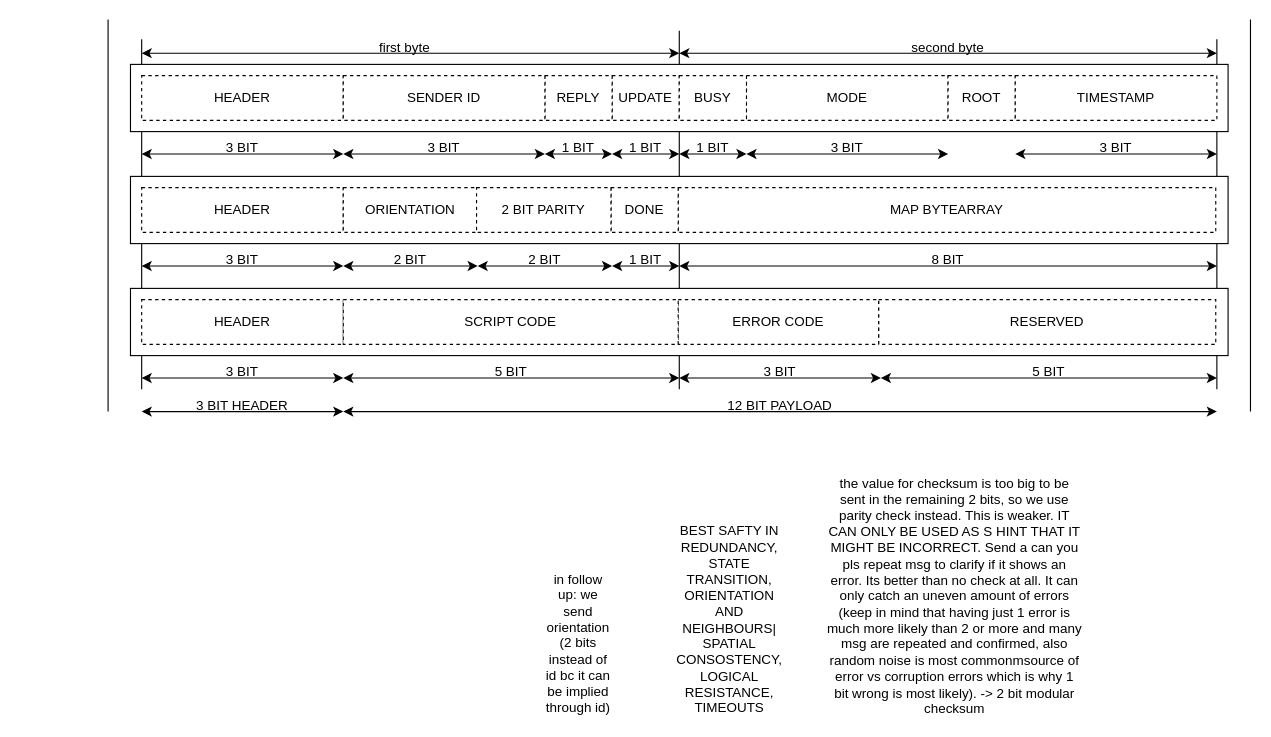
Before: diagramsDrawio/msgArchitecture.drawio in SophiagDotart/puzzlingRobots, a draw.io diagram. Source tidied: cells renumbered, new cells numbered last; positions are measured from the earlier drawing's top-left corner, leaving out a move shared by most shapes. Both pictures are drawn from the tidied source at 112%, with x=0, y=0 at pixel (108, 19).
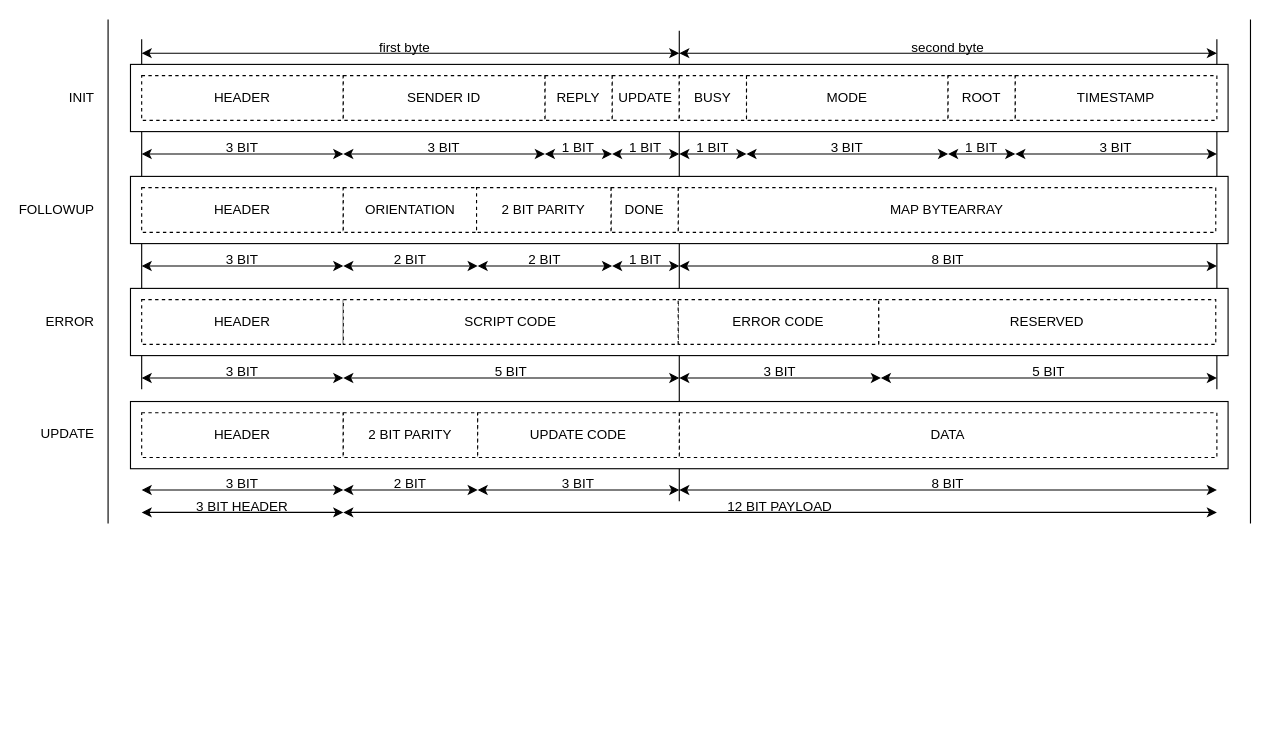
The same page after the edit.

The edit, as a diff of the source:
```diff
@@
     <mxCell id="4" style="endArrow=none;html=1;rounded=0;" parent="1" edge="1">
       <mxGeometry relative="1" as="geometry">
-        <mxPoint x="510" y="330" as="sourcePoint" />
+        <mxPoint x="510" y="430" as="sourcePoint" />
         <mxPoint x="510" y="10" as="targetPoint" />
         <Array as="points">
           <mxPoint x="510" y="110" />
         </Array>
       </mxGeometry>
     </mxCell>
     <mxCell id="5" style="endArrow=none;html=1;rounded=0;" parent="1" edge="1">
       <mxGeometry relative="1" as="geometry">
-        <mxPoint y="350" as="sourcePoint" />
+        <mxPoint y="450" as="sourcePoint" />
         <mxPoint as="targetPoint" />
       </mxGeometry>
     </mxCell>
     <mxCell id="6" style="endArrow=none;html=1;rounded=0;" parent="1" edge="1">
       <mxGeometry relative="1" as="geometry">
-        <mxPoint x="1020" y="350" as="sourcePoint" />
+        <mxPoint x="1020" y="450" as="sourcePoint" />
         <mxPoint x="1020" as="targetPoint" />
       </mxGeometry>
     </mxCell>
@@
-    <mxCell id="33" style="group;" parent="1" vertex="1">
-      <mxGeometry x="210" y="330" width="780" height="35" as="geometry" />
-    </mxCell>
-    <mxCell id="34" style="endArrow=classic;startArrow=classic;html=1;rounded=0;" parent="33" edge="1">
-      <mxGeometry relative="1" as="geometry">
-        <mxPoint y="20" as="sourcePoint" />
-        <mxPoint x="780" y="20" as="targetPoint" />
-      </mxGeometry>
-    </mxCell>
-    <mxCell id="35" value="12 BIT PAYLOAD" style="text;html=1;whiteSpace=wrap;strokeColor=none;fillColor=none;align=center;verticalAlign=middle;rounded=0;" parent="33" vertex="1">
-      <mxGeometry width="780" height="30" as="geometry" />
-    </mxCell>
-    <mxCell id="36" style="group;" parent="1" vertex="1">
-      <mxGeometry x="30" y="330" width="180" height="34" as="geometry" />
-    </mxCell>
-    <mxCell id="37" style="endArrow=classic;startArrow=classic;html=1;rounded=0;" parent="36" edge="1">
-      <mxGeometry relative="1" as="geometry">
-        <mxPoint y="20" as="sourcePoint" />
-        <mxPoint x="180" y="20" as="targetPoint" />
-      </mxGeometry>
-    </mxCell>
-    <mxCell id="38" value="3 BIT HEADER" style="text;html=1;whiteSpace=wrap;strokeColor=none;fillColor=none;align=center;verticalAlign=middle;rounded=0;" parent="36" vertex="1">
-      <mxGeometry width="180" height="30" as="geometry" />
-    </mxCell>
@@
-    <mxCell id="87" value="in follow up: we send orientation (2 bits instead of id bc it can be implied through id)" style="text;html=1;whiteSpace=wrap;strokeColor=none;fillColor=none;align=center;verticalAlign=middle;rounded=0;" parent="1" vertex="1">
-      <mxGeometry x="390" y="542" width="60" height="30" as="geometry" />
-    </mxCell>
-    <mxCell id="88" value="the value for checksum is too big to be sent in the remaining 2 bits, so we use parity check instead. This is weaker. IT CAN ONLY BE USED AS S HINT THAT IT MIGHT BE INCORRECT. Send a can you pls repeat msg to clarify if it shows an error. Its better than no check at all. It can only catch an uneven amount of errors (keep in mind that having just 1 error is much more likely than 2 or more and many msg are repeated and confirmed, also random noise is most commonmsource of error vs corruption errors which is why 1 bit wrong is most likely). -&amp;gt; 2 bit modular checksum" style="text;html=1;whiteSpace=wrap;strokeColor=none;fillColor=none;align=center;verticalAlign=middle;rounded=0;" parent="1" vertex="1">
-      <mxGeometry x="641" y="500" width="230" height="30" as="geometry" />
-    </mxCell>
-    <mxCell id="89" value="BEST SAFTY IN REDUNDANCY, STATE TRANSITION, ORIENTATION AND NEIGHBOURS| SPATIAL CONSOSTENCY, LOGICAL RESISTANCE, TIMEOUTS" style="text;html=1;whiteSpace=wrap;strokeColor=none;fillColor=none;align=center;verticalAlign=middle;rounded=0;" parent="1" vertex="1">
-      <mxGeometry x="525" y="521" width="60" height="30" as="geometry" />
-    </mxCell>
+    <mxCell id="90" style="group;" parent="1" vertex="1">
+      <mxGeometry x="20" y="341" width="980" height="85" as="geometry" />
+    </mxCell>
+    <mxCell id="91" style="rounded=0;whiteSpace=wrap;html=1;" parent="90" vertex="1">
+      <mxGeometry width="980" height="60" as="geometry" />
+    </mxCell>
+    <mxCell id="92" value="HEADER" style="rounded=0;whiteSpace=wrap;html=1;dashed=1;" parent="90" vertex="1">
+      <mxGeometry x="10" y="10" width="180" height="40" as="geometry" />
+    </mxCell>
+    <mxCell id="93" value="DATA" style="rounded=0;whiteSpace=wrap;html=1;dashed=1;" parent="90" vertex="1">
+      <mxGeometry x="490" y="10" width="480" height="40" as="geometry" />
+    </mxCell>
+    <mxCell id="94" value="2 BIT PARITY" style="rounded=0;whiteSpace=wrap;html=1;dashed=1;" parent="90" vertex="1">
+      <mxGeometry x="190" y="10" width="120" height="40" as="geometry" />
+    </mxCell>
+    <mxCell id="95" style="group;" parent="90" vertex="1">
+      <mxGeometry x="10" y="59" width="180" height="30" as="geometry" />
+    </mxCell>
+    <mxCell id="96" style="endArrow=classic;startArrow=classic;html=1;rounded=0;" parent="95" edge="1">
+      <mxGeometry relative="1" as="geometry">
+        <mxPoint y="20" as="sourcePoint" />
+        <mxPoint x="180" y="20" as="targetPoint" />
+      </mxGeometry>
+    </mxCell>
+    <mxCell id="97" value="3 BIT" style="text;html=1;whiteSpace=wrap;strokeColor=none;fillColor=none;align=center;verticalAlign=middle;rounded=0;" parent="95" vertex="1">
+      <mxGeometry x="60" width="60" height="30" as="geometry" />
+    </mxCell>
+    <mxCell id="98" style="group;" parent="90" vertex="1">
+      <mxGeometry x="310" y="59" width="180" height="30" as="geometry" />
+    </mxCell>
+    <mxCell id="99" style="endArrow=classic;startArrow=classic;html=1;rounded=0;" parent="98" edge="1">
+      <mxGeometry relative="1" as="geometry">
+        <mxPoint y="20" as="sourcePoint" />
+        <mxPoint x="180" y="20" as="targetPoint" />
+      </mxGeometry>
+    </mxCell>
+    <mxCell id="100" value="3 BIT" style="text;html=1;whiteSpace=wrap;strokeColor=none;fillColor=none;align=center;verticalAlign=middle;rounded=0;" parent="98" vertex="1">
+      <mxGeometry x="60" width="60" height="30" as="geometry" />
+    </mxCell>
+    <mxCell id="101" style="group;" parent="90" vertex="1">
+      <mxGeometry x="490" y="59" width="480" height="30" as="geometry" />
+    </mxCell>
+    <mxCell id="102" style="endArrow=classic;startArrow=classic;html=1;rounded=0;" parent="101" edge="1">
+      <mxGeometry relative="1" as="geometry">
+        <mxPoint y="20" as="sourcePoint" />
+        <mxPoint x="480" y="20" as="targetPoint" />
+      </mxGeometry>
+    </mxCell>
+    <mxCell id="103" value="8 BIT" style="text;html=1;whiteSpace=wrap;strokeColor=none;fillColor=none;align=center;verticalAlign=middle;rounded=0;" parent="101" vertex="1">
+      <mxGeometry x="160" width="160" height="30" as="geometry" />
+    </mxCell>
+    <mxCell id="104" style="group;" parent="90" vertex="1">
+      <mxGeometry x="190" y="59" width="120" height="30" as="geometry" />
+    </mxCell>
+    <mxCell id="105" style="endArrow=classic;startArrow=classic;html=1;rounded=0;" parent="104" edge="1">
+      <mxGeometry relative="1" as="geometry">
+        <mxPoint y="20" as="sourcePoint" />
+        <mxPoint x="120" y="20" as="targetPoint" />
+      </mxGeometry>
+    </mxCell>
+    <mxCell id="106" value="2 BIT" style="text;html=1;whiteSpace=wrap;strokeColor=none;fillColor=none;align=center;verticalAlign=middle;rounded=0;" parent="104" vertex="1">
+      <mxGeometry x="40" width="40" height="30" as="geometry" />
+    </mxCell>
+    <mxCell id="107" value="UPDATE CODE" style="rounded=0;whiteSpace=wrap;html=1;dashed=1;" parent="90" vertex="1">
+      <mxGeometry x="310" y="10" width="180" height="40" as="geometry" />
+    </mxCell>
+    <mxCell id="108" style="group;" parent="1" vertex="1">
+      <mxGeometry x="30" y="420" width="960" height="35" as="geometry" />
+    </mxCell>
+    <mxCell id="33" style="group;" parent="108" vertex="1">
+      <mxGeometry x="180" width="780" height="35" as="geometry" />
+    </mxCell>
+    <mxCell id="34" style="endArrow=classic;startArrow=classic;html=1;rounded=0;" parent="33" edge="1">
+      <mxGeometry relative="1" as="geometry">
+        <mxPoint y="20" as="sourcePoint" />
+        <mxPoint x="780" y="20" as="targetPoint" />
+      </mxGeometry>
+    </mxCell>
+    <mxCell id="35" value="12 BIT PAYLOAD" style="text;html=1;whiteSpace=wrap;strokeColor=none;fillColor=none;align=center;verticalAlign=middle;rounded=0;" parent="33" vertex="1">
+      <mxGeometry width="780" height="30" as="geometry" />
+    </mxCell>
+    <mxCell id="36" style="group;" parent="108" vertex="1">
+      <mxGeometry width="180" height="34" as="geometry" />
+    </mxCell>
+    <mxCell id="37" style="endArrow=classic;startArrow=classic;html=1;rounded=0;" parent="36" edge="1">
+      <mxGeometry relative="1" as="geometry">
+        <mxPoint y="20" as="sourcePoint" />
+        <mxPoint x="180" y="20" as="targetPoint" />
+      </mxGeometry>
+    </mxCell>
+    <mxCell id="38" value="3 BIT HEADER" style="text;html=1;whiteSpace=wrap;strokeColor=none;fillColor=none;align=center;verticalAlign=middle;rounded=0;" parent="36" vertex="1">
+      <mxGeometry width="180" height="30" as="geometry" />
+    </mxCell>
+    <mxCell id="109" style="group;" parent="1" vertex="1">
+      <mxGeometry x="-70" y="55" width="60" height="330" as="geometry" />
+    </mxCell>
+    <mxCell id="110" value="INIT" style="text;html=1;align=right;verticalAlign=middle;whiteSpace=wrap;rounded=0;" parent="109" vertex="1">
+      <mxGeometry width="60" height="30" as="geometry" />
+    </mxCell>
+    <mxCell id="111" value="FOLLOWUP" style="text;html=1;align=right;verticalAlign=middle;whiteSpace=wrap;rounded=0;" parent="109" vertex="1">
+      <mxGeometry y="100" width="60" height="30" as="geometry" />
+    </mxCell>
+    <mxCell id="112" value="ERROR" style="text;html=1;align=right;verticalAlign=middle;whiteSpace=wrap;rounded=0;" parent="109" vertex="1">
+      <mxGeometry y="200" width="60" height="30" as="geometry" />
+    </mxCell>
+    <mxCell id="113" value="UPDATE" style="text;html=1;align=right;verticalAlign=middle;whiteSpace=wrap;rounded=0;" parent="109" vertex="1">
+      <mxGeometry y="300" width="60" height="30" as="geometry" />
+    </mxCell>
+    <mxCell id="114" style="group;" parent="1" vertex="1">
+      <mxGeometry x="750" y="100" width="60" height="30" as="geometry" />
+    </mxCell>
+    <mxCell id="115" style="endArrow=classic;startArrow=classic;html=1;rounded=0;" parent="114" edge="1">
+      <mxGeometry relative="1" as="geometry">
+        <mxPoint y="20" as="sourcePoint" />
+        <mxPoint x="60" y="20" as="targetPoint" />
+      </mxGeometry>
+    </mxCell>
+    <mxCell id="116" value="1 BIT" style="text;html=1;whiteSpace=wrap;strokeColor=none;fillColor=none;align=center;verticalAlign=middle;rounded=0;" parent="114" vertex="1">
+      <mxGeometry width="60" height="30" as="geometry" />
+    </mxCell>
```
